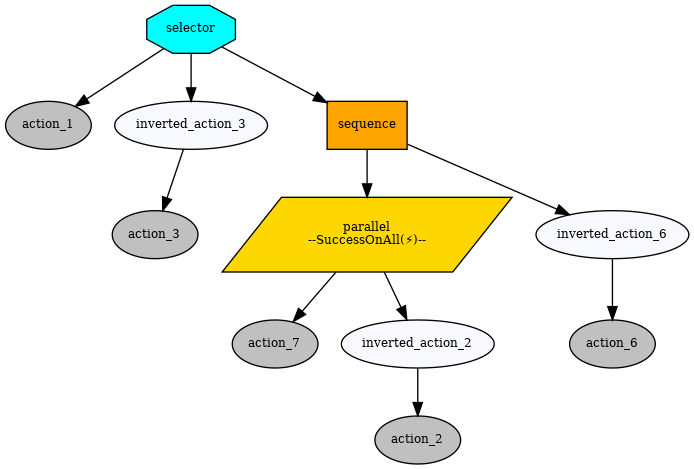
Above: DataSim/selector.png in interaction-lab/RE-BT-Espresso (Graphviz), before the change. Its source is kept beside it as DataSim/selector.dot. Source of this version:
```dot
digraph pastafarianism {
ordering=out;
graph [fontname="times-roman"];
node [fontname="times-roman"];
edge [fontname="times-roman"];
selector [fillcolor=cyan, fontcolor=black, fontsize=9, label=selector, shape=octagon, style=filled];
action_1 [fillcolor=gray, fontcolor=black, fontsize=9, label=action_1, shape=ellipse, style=filled];
selector -> action_1;
inverted_action_3 [fillcolor=ghostwhite, fontcolor=black, fontsize=9, label=inverted_action_3, shape=ellipse, style=filled];
selector -> inverted_action_3;
action_3 [fillcolor=gray, fontcolor=black, fontsize=9, label=action_3, shape=ellipse, style=filled];
inverted_action_3 -> action_3;
sequence [fillcolor=orange, fontcolor=black, fontsize=9, label=sequence, shape=box, style=filled];
selector -> sequence;
parallel [fillcolor=gold, fontcolor=black, fontsize=9, label="parallel\n--SuccessOnAll(⚡)--", shape=parallelogram, style=filled];
sequence -> parallel;
action_7 [fillcolor=gray, fontcolor=black, fontsize=9, label=action_7, shape=ellipse, style=filled];
parallel -> action_7;
inverted_action_2 [fillcolor=ghostwhite, fontcolor=black, fontsize=9, label=inverted_action_2, shape=ellipse, style=filled];
parallel -> inverted_action_2;
action_2 [fillcolor=gray, fontcolor=black, fontsize=9, label=action_2, shape=ellipse, style=filled];
inverted_action_2 -> action_2;
inverted_action_6 [fillcolor=ghostwhite, fontcolor=black, fontsize=9, label=inverted_action_6, shape=ellipse, style=filled];
sequence -> inverted_action_6;
action_6 [fillcolor=gray, fontcolor=black, fontsize=9, label=action_6, shape=ellipse, style=filled];
inverted_action_6 -> action_6;
}
```
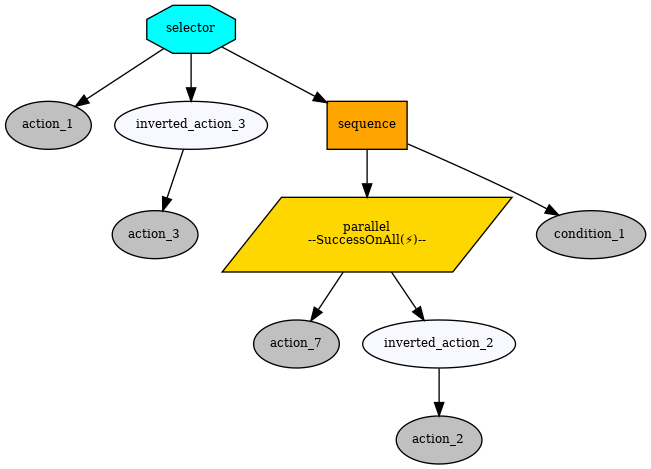
The same diagram one commit later.

The edit, as a diff of the source:
```diff
@@ -20,8 +20,6 @@
 parallel -> inverted_action_2;
 action_2 [fillcolor=gray, fontcolor=black, fontsize=9, label=action_2, shape=ellipse, style=filled];
 inverted_action_2 -> action_2;
-inverted_action_6 [fillcolor=ghostwhite, fontcolor=black, fontsize=9, label=inverted_action_6, shape=ellipse, style=filled];
-sequence -> inverted_action_6;
-action_6 [fillcolor=gray, fontcolor=black, fontsize=9, label=action_6, shape=ellipse, style=filled];
-inverted_action_6 -> action_6;
+condition_1 [fillcolor=gray, fontcolor=black, fontsize=9, label=condition_1, shape=ellipse, style=filled];
+sequence -> condition_1;
 }
```
